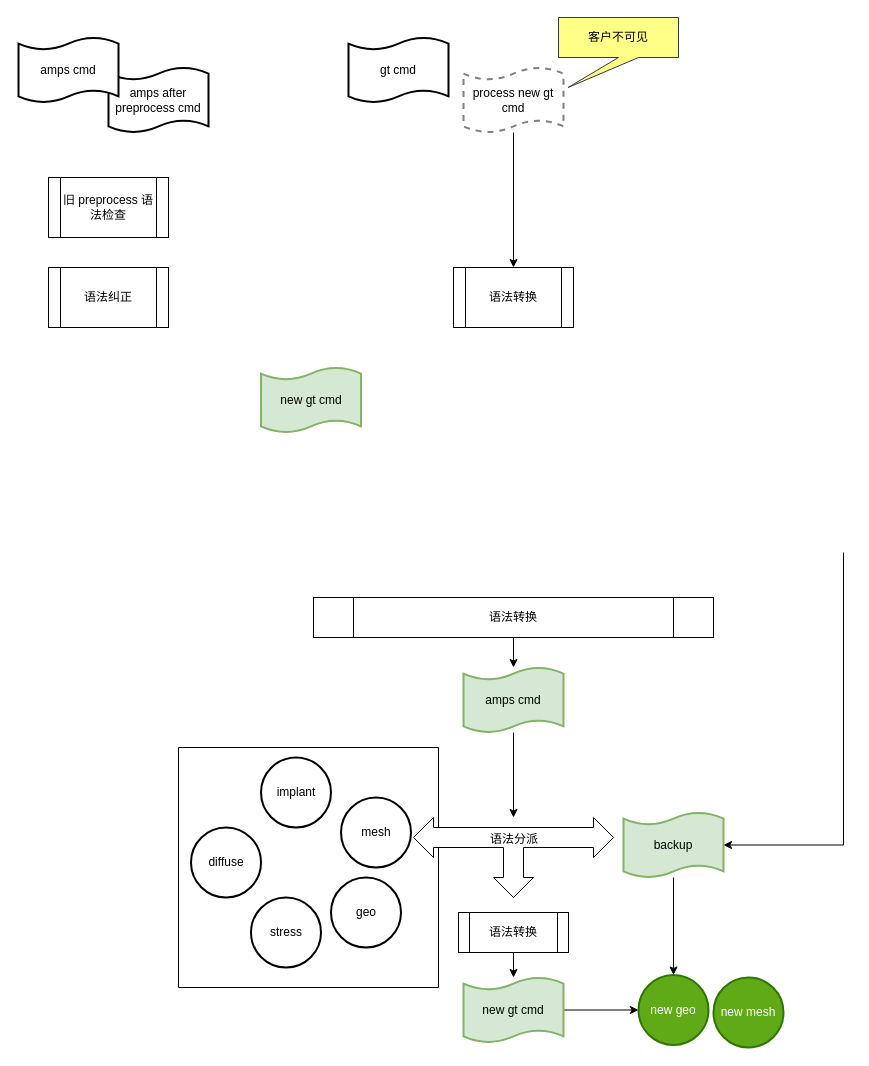
The draw.io diagram process_new_0921.drawio in FicmillaR/drawio, before the edit. Source tidied: cells renumbered, new cells numbered last; positions are measured from the earlier drawing's top-left corner, leaving out a move shared by most shapes. Both pictures are drawn from the tidied source at 100%, with x=0, y=0 at pixel (18, 17).
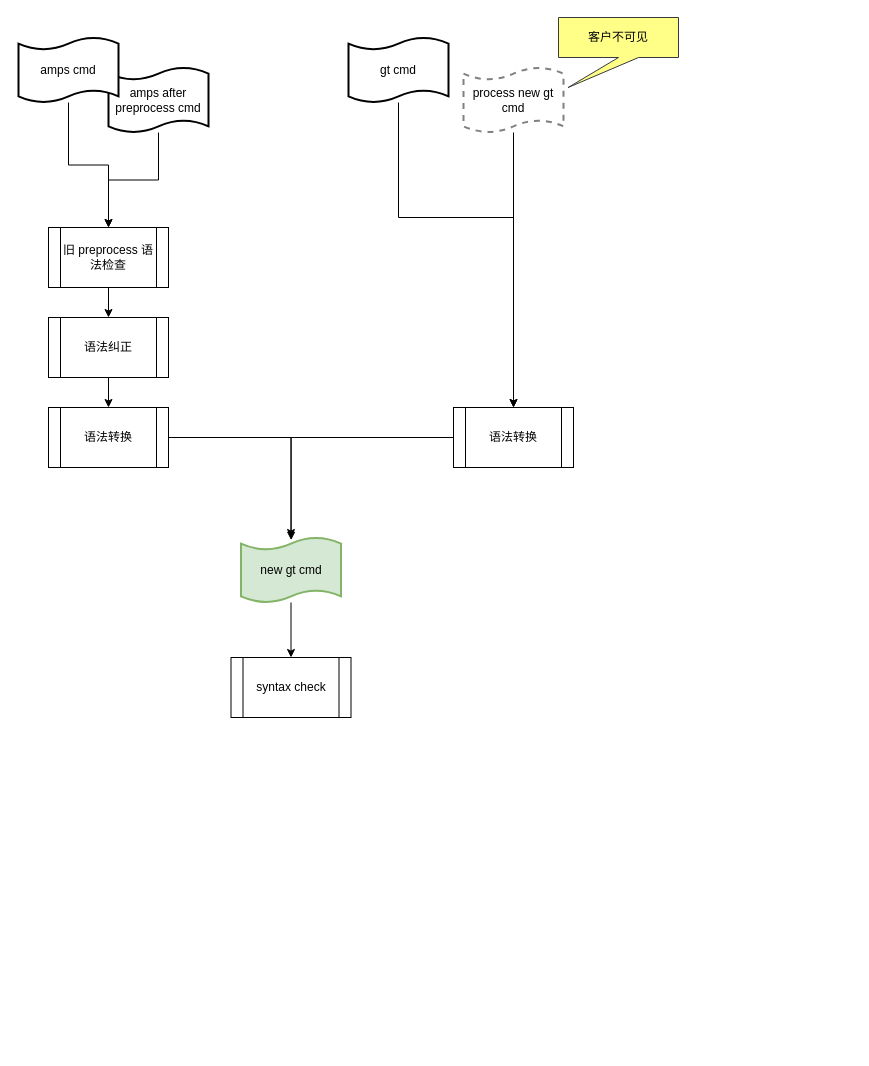
The same diagram, later.

The change refers to these unchanged cells:
```xml
<mxCell id="23" value="amps after preprocess cmd" style="shape=tape;whiteSpace=wrap;html=1;strokeWidth=2;size=0.19;" parent="1" vertex="1">
  <mxGeometry x="90" y="50" width="100" height="65" as="geometry" />
</mxCell>
<mxCell id="24" value="gt cmd" style="shape=tape;whiteSpace=wrap;html=1;strokeWidth=2;size=0.19;" parent="1" vertex="1">
  <mxGeometry x="330" y="20" width="100" height="65" as="geometry" />
</mxCell>
<mxCell id="25" value="amps cmd" style="shape=tape;whiteSpace=wrap;html=1;strokeWidth=2;size=0.19;" parent="1" vertex="1">
  <mxGeometry y="20" width="100" height="65" as="geometry" />
</mxCell>
```

Change to the diagram source:
```diff
@@
-    <mxCell id="2" style="edgeStyle=orthogonalEdgeStyle;rounded=0;jettySize=auto;html=1;" parent="1" edge="1" source="3" target="5">
-      <mxGeometry relative="1" as="geometry" />
-    </mxCell>
-    <mxCell id="3" value="语法转换" style="shape=process;whiteSpace=wrap;html=1;backgroundOutline=1;" parent="1" vertex="1">
-      <mxGeometry x="295" y="580" width="400" height="40" as="geometry" />
-    </mxCell>
-    <mxCell id="4" style="edgeStyle=orthogonalEdgeStyle;rounded=0;jettySize=auto;html=1;" parent="1" edge="1" source="5" target="14">
-      <mxGeometry relative="1" as="geometry" />
-    </mxCell>
-    <mxCell id="5" value="amps cmd" style="shape=tape;whiteSpace=wrap;html=1;strokeWidth=2;size=0.19;fillColor=#d5e8d4;strokeColor=#82b366;" parent="1" vertex="1">
-      <mxGeometry x="445" y="650" width="100" height="65" as="geometry" />
-    </mxCell>
-    <mxCell id="6" value="implant" style="strokeWidth=2;html=1;shape=mxgraph.flowchart.start_2;whiteSpace=wrap;" parent="1" vertex="1">
-      <mxGeometry x="242.5" y="740" width="70" height="70" as="geometry" />
-    </mxCell>
-    <mxCell id="7" value="stress" style="strokeWidth=2;html=1;shape=mxgraph.flowchart.start_2;whiteSpace=wrap;" parent="1" vertex="1">
-      <mxGeometry x="232.5" y="880" width="70" height="70" as="geometry" />
-    </mxCell>
-    <mxCell id="8" value="diffuse" style="strokeWidth=2;html=1;shape=mxgraph.flowchart.start_2;whiteSpace=wrap;" parent="1" vertex="1">
-      <mxGeometry x="172.5" y="810" width="70" height="70" as="geometry" />
-    </mxCell>
-    <mxCell id="9" value="mesh" style="strokeWidth=2;html=1;shape=mxgraph.flowchart.start_2;whiteSpace=wrap;" parent="1" vertex="1">
-      <mxGeometry x="322.5" y="780" width="70" height="70" as="geometry" />
-    </mxCell>
-    <mxCell id="10" value="geo" style="strokeWidth=2;html=1;shape=mxgraph.flowchart.start_2;whiteSpace=wrap;" parent="1" vertex="1">
-      <mxGeometry x="312.5" y="860" width="70" height="70" as="geometry" />
-    </mxCell>
-    <mxCell id="11" value="new geo" style="strokeWidth=2;html=1;shape=mxgraph.flowchart.start_2;whiteSpace=wrap;fillColor=#60a917;fontColor=#ffffff;strokeColor=#2D7600;" parent="1" vertex="1">
-      <mxGeometry x="620" y="957.5" width="70" height="70" as="geometry" />
-    </mxCell>
-    <mxCell id="12" value="new mesh" style="strokeWidth=2;html=1;shape=mxgraph.flowchart.start_2;whiteSpace=wrap;fillColor=#60a917;fontColor=#ffffff;strokeColor=#2D7600;" parent="1" vertex="1">
-      <mxGeometry x="695" y="960" width="70" height="70" as="geometry" />
-    </mxCell>
-    <mxCell id="13" style="swimlane;startSize=0;" parent="1" vertex="1">
-      <mxGeometry x="160" y="730" width="260" height="240" as="geometry" />
-    </mxCell>
-    <mxCell id="14" style="html=1;shadow=0;dashed=0;align=center;verticalAlign=middle;shape=mxgraph.arrows2.triadArrow;dy=10;dx=20;arrowHead=40;rotation=-180;" parent="1" vertex="1">
-      <mxGeometry x="395" y="800" width="200" height="80" as="geometry" />
-    </mxCell>
-    <mxCell id="15" style="edgeStyle=orthogonalEdgeStyle;rounded=0;jettySize=auto;html=1;" parent="1" edge="1" source="16" target="11">
-      <mxGeometry relative="1" as="geometry" />
-    </mxCell>
-    <mxCell id="16" value="backup" style="shape=tape;whiteSpace=wrap;html=1;strokeWidth=2;size=0.19;fillColor=#d5e8d4;strokeColor=#82b366;" parent="1" vertex="1">
-      <mxGeometry x="605" y="795" width="100" height="65" as="geometry" />
-    </mxCell>
-    <mxCell id="17" style="edgeStyle=orthogonalEdgeStyle;rounded=0;jettySize=auto;html=1;" parent="1" edge="1" source="18" target="20">
-      <mxGeometry relative="1" as="geometry" />
-    </mxCell>
-    <mxCell id="18" value="语法转换" style="shape=process;whiteSpace=wrap;html=1;backgroundOutline=1;" parent="1" vertex="1">
-      <mxGeometry x="440" y="895" width="110" height="40" as="geometry" />
-    </mxCell>
-    <mxCell id="19" style="edgeStyle=orthogonalEdgeStyle;rounded=0;jettySize=auto;html=1;" parent="1" edge="1" source="20" target="11">
-      <mxGeometry relative="1" as="geometry" />
-    </mxCell>
-    <mxCell id="20" value="new gt cmd" style="shape=tape;whiteSpace=wrap;html=1;strokeWidth=2;size=0.19;fillColor=#d5e8d4;strokeColor=#82b366;" parent="1" vertex="1">
-      <mxGeometry x="445" y="960" width="100" height="65" as="geometry" />
-    </mxCell>
-    <mxCell id="21" style="edgeStyle=orthogonalEdgeStyle;rounded=0;jettySize=auto;html=1;entryX=1;entryY=0.5;entryDx=0;entryDy=0;entryPerimeter=0;" parent="1" edge="1" target="16">
-      <mxGeometry relative="1" as="geometry">
-        <mxPoint x="825" y="535" as="sourcePoint" />
-        <Array as="points">
-          <mxPoint x="825" y="828" />
-        </Array>
-      </mxGeometry>
-    </mxCell>
-    <mxCell id="22" value="&lt;span style=&quot;color: rgb(0, 0, 0); font-family: Helvetica; font-size: 12px; font-style: normal; font-variant-ligatures: normal; font-variant-caps: normal; font-weight: 400; letter-spacing: normal; orphans: 2; text-align: center; text-indent: 0px; text-transform: none; widows: 2; word-spacing: 0px; -webkit-text-stroke-width: 0px; white-space: normal; background-color: rgb(255, 255, 255); text-decoration-thickness: initial; text-decoration-style: initial; text-decoration-color: initial; display: inline !important; float: none;&quot;&gt;语法分派&lt;/span&gt;" style="text;whiteSpace=wrap;html=1;" parent="1" vertex="1">
-      <mxGeometry x="470" y="807.5" width="80" height="40" as="geometry" />
-    </mxCell>
+    <mxCell id="33" style="edgeStyle=orthogonalEdgeStyle;rounded=0;jettySize=auto;html=1;entryX=0.5;entryY=0;entryDx=0;entryDy=0;" parent="1" edge="1" source="23" target="30">
+      <mxGeometry relative="1" as="geometry" />
+    </mxCell>
@@
+    <mxCell id="34" style="edgeStyle=orthogonalEdgeStyle;rounded=0;jettySize=auto;html=1;entryX=0.5;entryY=0;entryDx=0;entryDy=0;" parent="1" edge="1" source="24" target="31">
+      <mxGeometry relative="1" as="geometry">
+        <Array as="points">
+          <mxPoint x="380" y="200" />
+          <mxPoint x="495" y="200" />
+        </Array>
+      </mxGeometry>
+    </mxCell>
@@
+    <mxCell id="35" style="edgeStyle=orthogonalEdgeStyle;rounded=0;jettySize=auto;html=1;" parent="1" edge="1" source="25" target="30">
+      <mxGeometry relative="1" as="geometry" />
+    </mxCell>
@@
+    <mxCell id="36" style="edgeStyle=orthogonalEdgeStyle;rounded=0;jettySize=auto;html=1;" parent="1" edge="1" source="29" target="40">
+      <mxGeometry relative="1" as="geometry" />
+    </mxCell>
     <mxCell id="29" value="语法纠正" style="shape=process;whiteSpace=wrap;html=1;backgroundOutline=1;" parent="1" vertex="1">
-      <mxGeometry x="30" y="250" width="120" height="60" as="geometry" />
+      <mxGeometry x="30" y="300" width="120" height="60" as="geometry" />
     </mxCell>
+    <mxCell id="37" style="edgeStyle=orthogonalEdgeStyle;rounded=0;jettySize=auto;html=1;" parent="1" edge="1" source="30" target="29">
+      <mxGeometry relative="1" as="geometry" />
+    </mxCell>
     <mxCell id="30" value="旧 preprocess 语法检查" style="shape=process;whiteSpace=wrap;html=1;backgroundOutline=1;" parent="1" vertex="1">
-      <mxGeometry x="30" y="160" width="120" height="60" as="geometry" />
+      <mxGeometry x="30" y="210" width="120" height="60" as="geometry" />
     </mxCell>
     <mxCell id="31" value="语法转换" style="shape=process;whiteSpace=wrap;html=1;backgroundOutline=1;" parent="1" vertex="1">
-      <mxGeometry x="435" y="250" width="120" height="60" as="geometry" />
+      <mxGeometry x="435" y="390" width="120" height="60" as="geometry" />
     </mxCell>
+    <mxCell id="38" style="edgeStyle=orthogonalEdgeStyle;rounded=0;jettySize=auto;html=1;" parent="1" edge="1" source="32" target="42">
+      <mxGeometry relative="1" as="geometry" />
+    </mxCell>
     <mxCell id="32" value="new gt cmd" style="shape=tape;whiteSpace=wrap;html=1;strokeWidth=2;size=0.19;fillColor=#d5e8d4;strokeColor=#82b366;" parent="1" vertex="1">
-      <mxGeometry x="242.5" y="350" width="100" height="65" as="geometry" />
+      <mxGeometry x="222.5" y="520" width="100" height="65" as="geometry" />
     </mxCell>
+    <mxCell id="39" style="edgeStyle=orthogonalEdgeStyle;rounded=0;jettySize=auto;html=1;" parent="1" edge="1" source="40" target="32">
+      <mxGeometry relative="1" as="geometry" />
+    </mxCell>
+    <mxCell id="40" value="语法转换" style="shape=process;whiteSpace=wrap;html=1;backgroundOutline=1;" parent="1" vertex="1">
+      <mxGeometry x="30" y="390" width="120" height="60" as="geometry" />
+    </mxCell>
+    <mxCell id="41" style="edgeStyle=orthogonalEdgeStyle;rounded=0;jettySize=auto;html=1;entryX=0.501;entryY=0.041;entryDx=0;entryDy=0;entryPerimeter=0;" parent="1" edge="1" source="31" target="32">
+      <mxGeometry relative="1" as="geometry" />
+    </mxCell>
+    <mxCell id="42" value="syntax check" style="shape=process;whiteSpace=wrap;html=1;backgroundOutline=1;" parent="1" vertex="1">
+      <mxGeometry x="212.5" y="640" width="120" height="60" as="geometry" />
+    </mxCell>
```
